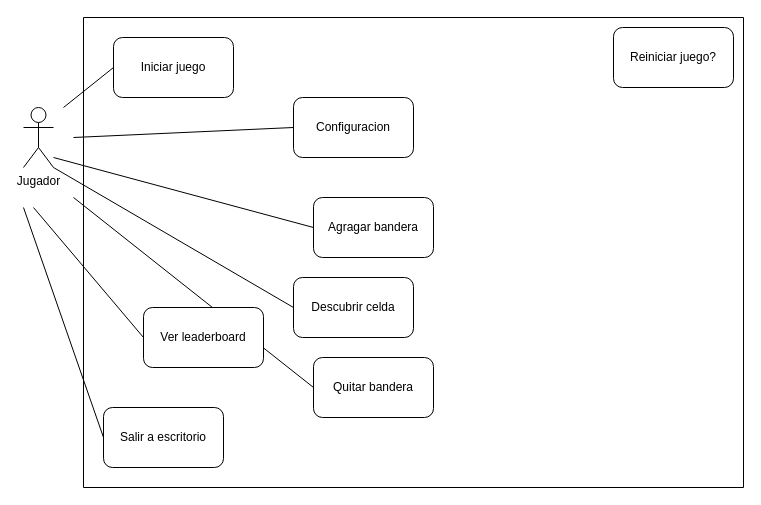
Earlier version of the draw.io diagram diagrams/diagramaCasosDeUso.drawio (Paskiben/Tarea-INFO229). Source tidied: cells renumbered, new cells numbered last; positions are measured from the earlier drawing's top-left corner, leaving out a move shared by most shapes. Both pictures are drawn from the tidied source at 100%, with x=0, y=0 at pixel (23, 17).
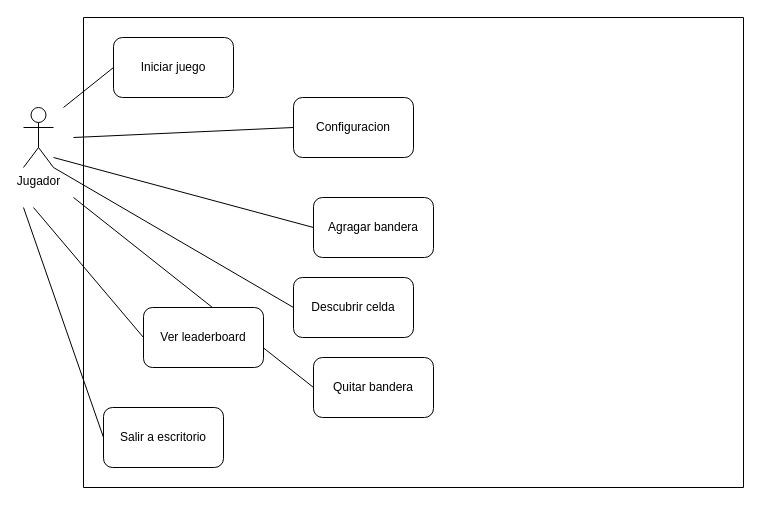
After the change.

The change refers to these unchanged cells:
```xml
<mxCell id="3" style="swimlane;startSize=0;" parent="1" vertex="1">
  <mxGeometry x="60" width="660" height="470" as="geometry" />
</mxCell>
```

What changed in the source:
```diff
@@
-    <mxCell id="8" value="Reiniciar juego?" style="rounded=1;whiteSpace=wrap;html=1;" parent="3" vertex="1">
-      <mxGeometry x="530" y="10" width="120" height="60" as="geometry" />
-    </mxCell>
```
